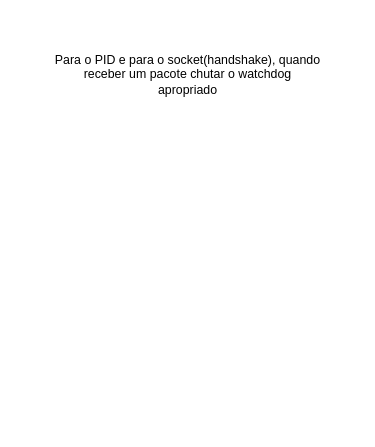
Earlier version of the draw.io diagram page "Watchdog" (5 of 7) of client-server.drawio (nico-ig/UDP-Video-Streaming). Source tidied: cells renumbered, new cells numbered last; positions are measured from the earlier drawing's top-left corner, leaving out a move shared by most shapes. Both pictures are drawn from the tidied source at 103%, with x=0, y=0 at pixel (54, 18).
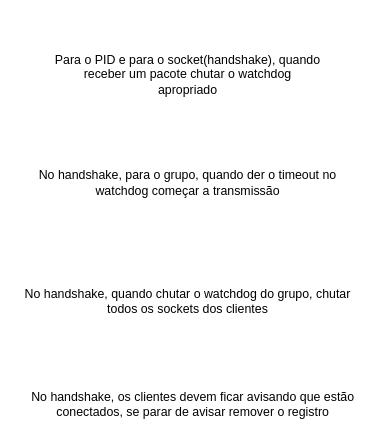
The same page after the edit.

Commit message (it also covers changes not shown here):
going to have to redo the handshake

Change to the diagram source:
```diff
@@
 <mxGraphModel>
   <root>
     <mxCell id="0" />
     <mxCell id="1" parent="0" />
     <mxCell id="2" value="Para o PID e para o socket(handshake), quando receber um pacote chutar o watchdog apropriado" style="text;html=1;strokeColor=none;fillColor=none;align=center;verticalAlign=middle;whiteSpace=wrap;rounded=0;" parent="1" vertex="1">
       <mxGeometry width="260" height="110" as="geometry" />
     </mxCell>
+    <mxCell id="3" value="No handshake, para o grupo, quando der o timeout no watchdog começar a transmissão" style="text;html=1;strokeColor=none;fillColor=none;align=center;verticalAlign=middle;whiteSpace=wrap;rounded=0;" parent="1" vertex="1">
+      <mxGeometry x="-35" y="110" width="330" height="100" as="geometry" />
+    </mxCell>
+    <mxCell id="4" value="No handshake, quando chutar o watchdog do grupo, chutar todos os sockets dos clientes" style="text;html=1;strokeColor=none;fillColor=none;align=center;verticalAlign=middle;whiteSpace=wrap;rounded=0;" parent="1" vertex="1">
+      <mxGeometry x="-30" y="250" width="320" height="50" as="geometry" />
+    </mxCell>
+    <mxCell id="5" value="No handshake, os clientes devem ficar avisando que estão conectados, se parar de avisar remover o registro " style="text;html=1;strokeColor=none;fillColor=none;align=center;verticalAlign=middle;whiteSpace=wrap;rounded=0;" parent="1" vertex="1">
+      <mxGeometry x="-25" y="350" width="320" height="50" as="geometry" />
+    </mxCell>
   </root>
 </mxGraphModel>
```
